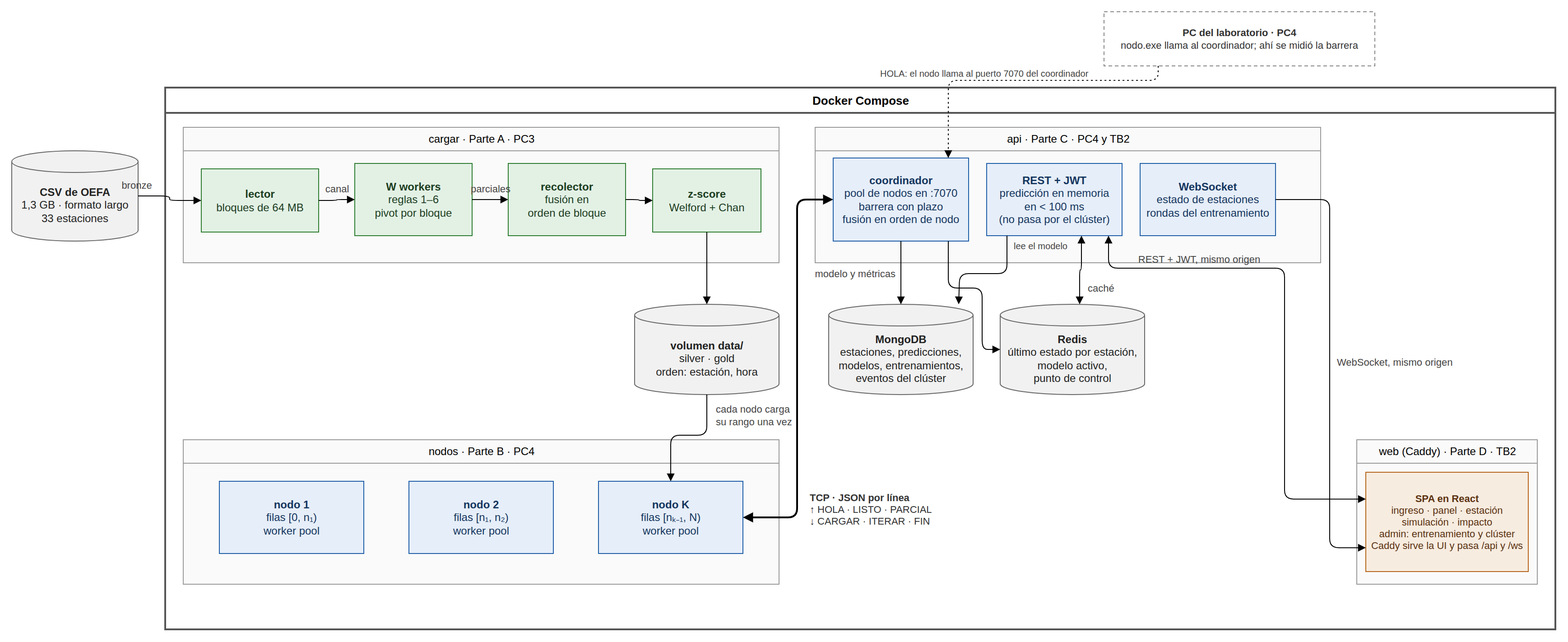
Before: docs/diagramas/arquitectura-tb2.png, a diagram exported from draw.io (R0SEWT/aire-distribuido). Source tidied: cells renumbered, new cells last; positions are measured from the earlier drawing's top-left corner, leaving out a move shared by most shapes. Its diagram source:
```xml
<mxGraphModel>
  <root>
    <mxCell id="0" />
    <mxCell id="1" parent="0" />
    <mxCell id="2" value="&lt;b&gt;CSV de OEFA&lt;/b&gt;&lt;br&gt;1,3 GB · formato largo&lt;br&gt;33 estaciones" style="shape=cylinder3;whiteSpace=wrap;html=1;boundedLbl=1;backgroundOutline=1;size=12;fillColor=#f1f1f1;strokeColor=#666666;fontColor=#222222;fontSize=12;" parent="1" vertex="1">
      <mxGeometry y="154" width="140" height="100" as="geometry" />
    </mxCell>
    <mxCell id="3" value="&lt;b&gt;PC del laboratorio · PC4&lt;/b&gt;&lt;br&gt;nodo.exe llama al coordinador; ahí se midió la barrera" style="rounded=0;whiteSpace=wrap;html=1;dashed=1;dashPattern=4 3;fillColor=#ffffff;strokeColor=#888888;fontColor=#333333;fontSize=11;" parent="1" vertex="1">
      <mxGeometry x="1210" width="300" height="60" as="geometry" />
    </mxCell>
    <mxCell id="4" value="HOLA: el nodo llama al puerto 7070 del coordinador" style="text;html=1;align=left;verticalAlign=middle;fontSize=10;fontColor=#444444;" parent="1" vertex="1">
      <mxGeometry x="960" y="60" width="300" height="16" as="geometry" />
    </mxCell>
    <mxCell id="5" value="bronze" style="text;html=1;align=center;verticalAlign=middle;fontSize=11;fontColor=#444444;" parent="1" vertex="1">
      <mxGeometry x="108" y="184" width="60" height="16" as="geometry" />
    </mxCell>
    <mxCell id="6" value="Docker Compose" style="swimlane;html=1;startSize=28;fontStyle=1;fontSize=13;fillColor=#ffffff;strokeColor=#555555;strokeWidth=2;swimlaneFillColor=#ffffff;" parent="1" vertex="1">
      <mxGeometry x="170" y="84" width="1540" height="600" as="geometry" />
    </mxCell>
    <mxCell id="7" value="cargar · Parte A · PC3" style="swimlane;html=1;startSize=26;fontStyle=0;fontSize=12;fillColor=#fafafa;strokeColor=#9a9a9a;swimlaneFillColor=#fafafa;" parent="6" vertex="1">
      <mxGeometry x="20" y="44" width="660" height="150" as="geometry" />
    </mxCell>
    <mxCell id="8" value="&lt;b&gt;lector&lt;/b&gt;&lt;br&gt;bloques de 64 MB" style="rounded=0;whiteSpace=wrap;html=1;fillColor=#e3f1e5;strokeColor=#2e7d32;fontColor=#1b3d1f;fontSize=12;" parent="7" vertex="1">
      <mxGeometry x="20" y="46" width="130" height="70" as="geometry" />
    </mxCell>
    <mxCell id="9" value="&lt;b&gt;W workers&lt;/b&gt;&lt;br&gt;reglas 1–6&lt;br&gt;pivot por bloque" style="rounded=0;whiteSpace=wrap;html=1;fillColor=#e3f1e5;strokeColor=#2e7d32;fontColor=#1b3d1f;fontSize=12;" parent="7" vertex="1">
      <mxGeometry x="190" y="40" width="130" height="80" as="geometry" />
    </mxCell>
    <mxCell id="10" value="&lt;b&gt;recolector&lt;/b&gt;&lt;br&gt;fusión en&lt;br&gt;orden de bloque" style="rounded=0;whiteSpace=wrap;html=1;fillColor=#e3f1e5;strokeColor=#2e7d32;fontColor=#1b3d1f;fontSize=12;" parent="7" vertex="1">
      <mxGeometry x="360" y="40" width="130" height="80" as="geometry" />
    </mxCell>
    <mxCell id="11" value="&lt;b&gt;z-score&lt;/b&gt;&lt;br&gt;Welford + Chan" style="rounded=0;whiteSpace=wrap;html=1;fillColor=#e3f1e5;strokeColor=#2e7d32;fontColor=#1b3d1f;fontSize=12;" parent="7" vertex="1">
      <mxGeometry x="520" y="46" width="120" height="70" as="geometry" />
    </mxCell>
    <mxCell id="12" value="canal" style="text;html=1;align=center;verticalAlign=middle;fontSize=11;fontColor=#444444;" parent="7" vertex="1">
      <mxGeometry x="145" y="60" width="50" height="16" as="geometry" />
    </mxCell>
    <mxCell id="13" value="parciales" style="text;html=1;align=center;verticalAlign=middle;fontSize=11;fontColor=#444444;" parent="7" vertex="1">
      <mxGeometry x="305" y="60" width="70" height="16" as="geometry" />
    </mxCell>
    <mxCell id="14" style="edgeStyle=orthogonalEdgeStyle;rounded=1;html=1;endArrow=block;exitX=1;exitY=0.5;entryX=0;entryY=0.5;" parent="7" edge="1" source="8" target="9">
      <mxGeometry relative="1" as="geometry" />
    </mxCell>
    <mxCell id="15" style="edgeStyle=orthogonalEdgeStyle;rounded=1;html=1;endArrow=block;exitX=1;exitY=0.5;entryX=0;entryY=0.5;" parent="7" edge="1" source="9" target="10">
      <mxGeometry relative="1" as="geometry" />
    </mxCell>
    <mxCell id="16" style="edgeStyle=orthogonalEdgeStyle;rounded=1;html=1;endArrow=block;exitX=1;exitY=0.5;entryX=0;entryY=0.5;" parent="7" edge="1" source="10" target="11">
      <mxGeometry relative="1" as="geometry" />
    </mxCell>
    <mxCell id="17" value="api · Parte C · PC4 y TB2" style="swimlane;html=1;startSize=26;fontStyle=0;fontSize=12;fillColor=#fafafa;strokeColor=#9a9a9a;swimlaneFillColor=#fafafa;" parent="6" vertex="1">
      <mxGeometry x="720" y="44" width="560" height="150" as="geometry" />
    </mxCell>
    <mxCell id="18" value="&lt;b&gt;coordinador&lt;/b&gt;&lt;br&gt;pool de nodos en :7070&lt;br&gt;barrera con plazo&lt;br&gt;fusión en orden de nodo" style="rounded=0;whiteSpace=wrap;html=1;fillColor=#e6eef9;strokeColor=#1f5fa8;fontColor=#13355e;fontSize=12;" parent="17" vertex="1">
      <mxGeometry x="20" y="34" width="150" height="92" as="geometry" />
    </mxCell>
    <mxCell id="19" value="&lt;b&gt;REST + JWT&lt;/b&gt;&lt;br&gt;predicción en memoria&lt;br&gt;en &lt; 100 ms&lt;br&gt;(no pasa por el clúster)" style="rounded=0;whiteSpace=wrap;html=1;fillColor=#e6eef9;strokeColor=#1f5fa8;fontColor=#13355e;fontSize=12;" parent="17" vertex="1">
      <mxGeometry x="190" y="40" width="150" height="80" as="geometry" />
    </mxCell>
    <mxCell id="20" value="&lt;b&gt;WebSocket&lt;/b&gt;&lt;br&gt;estado de estaciones&lt;br&gt;rondas del entrenamiento" style="rounded=0;whiteSpace=wrap;html=1;fillColor=#e6eef9;strokeColor=#1f5fa8;fontColor=#13355e;fontSize=12;" parent="17" vertex="1">
      <mxGeometry x="360" y="40" width="150" height="80" as="geometry" />
    </mxCell>
    <mxCell id="21" value="&lt;b&gt;volumen data/&lt;/b&gt;&lt;br&gt;silver · gold&lt;br&gt;orden: estación, hora" style="shape=cylinder3;whiteSpace=wrap;html=1;boundedLbl=1;backgroundOutline=1;size=12;fillColor=#f1f1f1;strokeColor=#666666;fontColor=#222222;fontSize=12;" parent="6" vertex="1">
      <mxGeometry x="520" y="240" width="160" height="100" as="geometry" />
    </mxCell>
    <mxCell id="22" value="&lt;b&gt;MongoDB&lt;/b&gt;&lt;br&gt;estaciones, predicciones,&lt;br&gt;modelos, entrenamientos,&lt;br&gt;eventos del clúster" style="shape=cylinder3;whiteSpace=wrap;html=1;boundedLbl=1;backgroundOutline=1;size=12;fillColor=#f1f1f1;strokeColor=#666666;fontColor=#222222;fontSize=12;" parent="6" vertex="1">
      <mxGeometry x="735" y="240" width="160" height="100" as="geometry" />
    </mxCell>
    <mxCell id="23" value="&lt;b&gt;Redis&lt;/b&gt;&lt;br&gt;último estado por estación,&lt;br&gt;modelo activo,&lt;br&gt;punto de control" style="shape=cylinder3;whiteSpace=wrap;html=1;boundedLbl=1;backgroundOutline=1;size=12;fillColor=#f1f1f1;strokeColor=#666666;fontColor=#222222;fontSize=12;" parent="6" vertex="1">
      <mxGeometry x="925" y="240" width="160" height="100" as="geometry" />
    </mxCell>
    <mxCell id="24" value="nodos · Parte B · PC4" style="swimlane;html=1;startSize=26;fontStyle=0;fontSize=12;fillColor=#fafafa;strokeColor=#9a9a9a;swimlaneFillColor=#fafafa;" parent="6" vertex="1">
      <mxGeometry x="20" y="390" width="660" height="160" as="geometry" />
    </mxCell>
    <mxCell id="25" value="&lt;b&gt;nodo 1&lt;/b&gt;&lt;br&gt;filas [0, n₁)&lt;br&gt;worker pool" style="rounded=0;whiteSpace=wrap;html=1;fillColor=#e6eef9;strokeColor=#1f5fa8;fontColor=#13355e;fontSize=12;" parent="24" vertex="1">
      <mxGeometry x="40" y="46" width="160" height="80" as="geometry" />
    </mxCell>
    <mxCell id="26" value="&lt;b&gt;nodo 2&lt;/b&gt;&lt;br&gt;filas [n₁, n₂)&lt;br&gt;worker pool" style="rounded=0;whiteSpace=wrap;html=1;fillColor=#e6eef9;strokeColor=#1f5fa8;fontColor=#13355e;fontSize=12;" parent="24" vertex="1">
      <mxGeometry x="250" y="46" width="160" height="80" as="geometry" />
    </mxCell>
    <mxCell id="27" value="&lt;b&gt;nodo K&lt;/b&gt;&lt;br&gt;filas [nₖ₋₁, N)&lt;br&gt;worker pool" style="rounded=0;whiteSpace=wrap;html=1;fillColor=#e6eef9;strokeColor=#1f5fa8;fontColor=#13355e;fontSize=12;" parent="24" vertex="1">
      <mxGeometry x="460" y="46" width="160" height="80" as="geometry" />
    </mxCell>
    <mxCell id="28" value="web (Caddy) · Parte D · TB2" style="swimlane;html=1;startSize=26;fontStyle=0;fontSize=12;fillColor=#fafafa;strokeColor=#9a9a9a;swimlaneFillColor=#fafafa;" parent="6" vertex="1">
      <mxGeometry x="1320" y="390" width="200" height="160" as="geometry" />
    </mxCell>
    <mxCell id="29" value="&lt;b&gt;SPA en React&lt;/b&gt;&lt;br&gt;ingreso · panel · estación&lt;br&gt;simulación · impacto&lt;br&gt;admin: entrenamiento y clúster&lt;br&gt;Caddy sirve la UI y pasa /api y /ws" style="rounded=0;whiteSpace=wrap;html=1;fillColor=#f7ece0;strokeColor=#b5651d;fontColor=#5b3210;fontSize=11;" parent="28" vertex="1">
      <mxGeometry x="10" y="36" width="180" height="110" as="geometry" />
    </mxCell>
    <mxCell id="30" value="&lt;b&gt;TCP · JSON por línea&lt;/b&gt;&lt;br&gt;↑ HOLA · LISTO · PARCIAL&lt;br&gt;↓ CARGAR · ITERAR · FIN" style="text;html=1;align=left;verticalAlign=middle;fontSize=11;fontColor=#333333;" parent="6" vertex="1">
      <mxGeometry x="712" y="440" width="170" height="54" as="geometry" />
    </mxCell>
    <mxCell id="31" value="cada nodo carga&lt;br&gt;su rango una vez" style="text;html=1;align=left;verticalAlign=middle;fontSize=11;fontColor=#444444;" parent="6" vertex="1">
      <mxGeometry x="608" y="346" width="120" height="34" as="geometry" />
    </mxCell>
    <mxCell id="32" value="modelo y métricas" style="text;html=1;align=right;verticalAlign=middle;fontSize=11;fontColor=#444444;" parent="6" vertex="1">
      <mxGeometry x="704" y="198" width="106" height="16" as="geometry" />
    </mxCell>
    <mxCell id="33" value="lee el modelo" style="text;html=1;align=left;verticalAlign=middle;fontSize=10;fontColor=#444444;" parent="6" vertex="1">
      <mxGeometry x="938" y="168" width="74" height="14" as="geometry" />
    </mxCell>
    <mxCell id="34" value="caché" style="text;html=1;align=left;verticalAlign=middle;fontSize=11;fontColor=#444444;" parent="6" vertex="1">
      <mxGeometry x="1020" y="214" width="50" height="16" as="geometry" />
    </mxCell>
    <mxCell id="35" value="REST + JWT, mismo origen" style="text;html=1;align=center;verticalAlign=middle;fontSize=11;fontColor=#444444;" parent="6" vertex="1">
      <mxGeometry x="1100" y="182" width="90" height="16" as="geometry" />
    </mxCell>
    <mxCell id="36" value="WebSocket, mismo origen" style="text;html=1;align=left;verticalAlign=middle;fontSize=11;fontColor=#444444;" parent="6" vertex="1">
      <mxGeometry x="1296" y="296" width="130" height="16" as="geometry" />
    </mxCell>
    <mxCell id="37" style="edgeStyle=orthogonalEdgeStyle;rounded=1;html=1;endArrow=block;exitX=1;exitY=0.5;entryX=0;entryY=0.5;" parent="1" edge="1" source="2" target="8">
      <mxGeometry relative="1" as="geometry" />
    </mxCell>
    <mxCell id="38" style="edgeStyle=orthogonalEdgeStyle;rounded=1;html=1;endArrow=block;dashed=1;dashPattern=2 3;exitX=0.2;exitY=1;entryX=0.85;entryY=0;" parent="1" edge="1" source="3" target="18">
      <mxGeometry relative="1" as="geometry">
        <Array as="points">
          <mxPoint x="1270" y="76" />
          <mxPoint x="1037" y="76" />
        </Array>
      </mxGeometry>
    </mxCell>
    <mxCell id="39" style="edgeStyle=orthogonalEdgeStyle;rounded=1;html=1;endArrow=block;exitX=0.5;exitY=1;entryX=0.5;entryY=0;" parent="6" edge="1" source="11" target="21">
      <mxGeometry relative="1" as="geometry" />
    </mxCell>
    <mxCell id="40" style="edgeStyle=orthogonalEdgeStyle;rounded=1;html=1;endArrow=block;exitX=0.5;exitY=1;entryX=0.5;entryY=0;" parent="6" edge="1" source="21" target="27">
      <mxGeometry relative="1" as="geometry">
        <Array as="points">
          <mxPoint x="600" y="385" />
          <mxPoint x="560" y="385" />
        </Array>
      </mxGeometry>
    </mxCell>
    <mxCell id="41" style="edgeStyle=orthogonalEdgeStyle;rounded=1;html=1;endArrow=block;startArrow=block;strokeWidth=2;exitX=1;exitY=0.5;entryX=0;entryY=0.5;" parent="6" edge="1" source="27" target="18">
      <mxGeometry relative="1" as="geometry">
        <Array as="points">
          <mxPoint x="700" y="476" />
          <mxPoint x="700" y="124" />
        </Array>
      </mxGeometry>
    </mxCell>
    <mxCell id="42" style="edgeStyle=orthogonalEdgeStyle;rounded=1;html=1;endArrow=block;exitX=0.5;exitY=1;entryX=0.5;entryY=0;" parent="6" edge="1" source="18" target="22">
      <mxGeometry relative="1" as="geometry" />
    </mxCell>
    <mxCell id="43" style="edgeStyle=orthogonalEdgeStyle;rounded=1;html=1;endArrow=block;exitX=0.85;exitY=1;entryX=0;entryY=0.5;" parent="6" edge="1" source="18" target="23">
      <mxGeometry relative="1" as="geometry">
        <Array as="points">
          <mxPoint x="867" y="222" />
          <mxPoint x="905" y="222" />
          <mxPoint x="905" y="290" />
        </Array>
      </mxGeometry>
    </mxCell>
    <mxCell id="44" style="edgeStyle=orthogonalEdgeStyle;rounded=1;html=1;endArrow=block;exitX=0.15;exitY=1;entryX=0.9;entryY=0;" parent="6" edge="1" source="19" target="22">
      <mxGeometry relative="1" as="geometry">
        <Array as="points">
          <mxPoint x="932" y="206" />
          <mxPoint x="880" y="206" />
        </Array>
      </mxGeometry>
    </mxCell>
    <mxCell id="45" style="edgeStyle=orthogonalEdgeStyle;rounded=1;html=1;endArrow=block;startArrow=block;exitX=0.7;exitY=1;entryX=0.55;entryY=0;" parent="6" edge="1" source="19" target="23">
      <mxGeometry relative="1" as="geometry" />
    </mxCell>
    <mxCell id="46" style="edgeStyle=orthogonalEdgeStyle;rounded=1;html=1;endArrow=block;startArrow=block;exitX=0.9;exitY=1;entryX=0;entryY=0.27;" parent="6" edge="1" source="19" target="29">
      <mxGeometry relative="1" as="geometry">
        <Array as="points">
          <mxPoint x="1045" y="200" />
          <mxPoint x="1240" y="200" />
          <mxPoint x="1240" y="456" />
        </Array>
      </mxGeometry>
    </mxCell>
    <mxCell id="47" style="edgeStyle=orthogonalEdgeStyle;rounded=1;html=1;endArrow=block;exitX=1;exitY=0.5;entryX=0;entryY=0.76;" parent="6" edge="1" source="20" target="29">
      <mxGeometry relative="1" as="geometry">
        <Array as="points">
          <mxPoint x="1290" y="124" />
          <mxPoint x="1290" y="510" />
        </Array>
      </mxGeometry>
    </mxCell>
  </root>
</mxGraphModel>
```
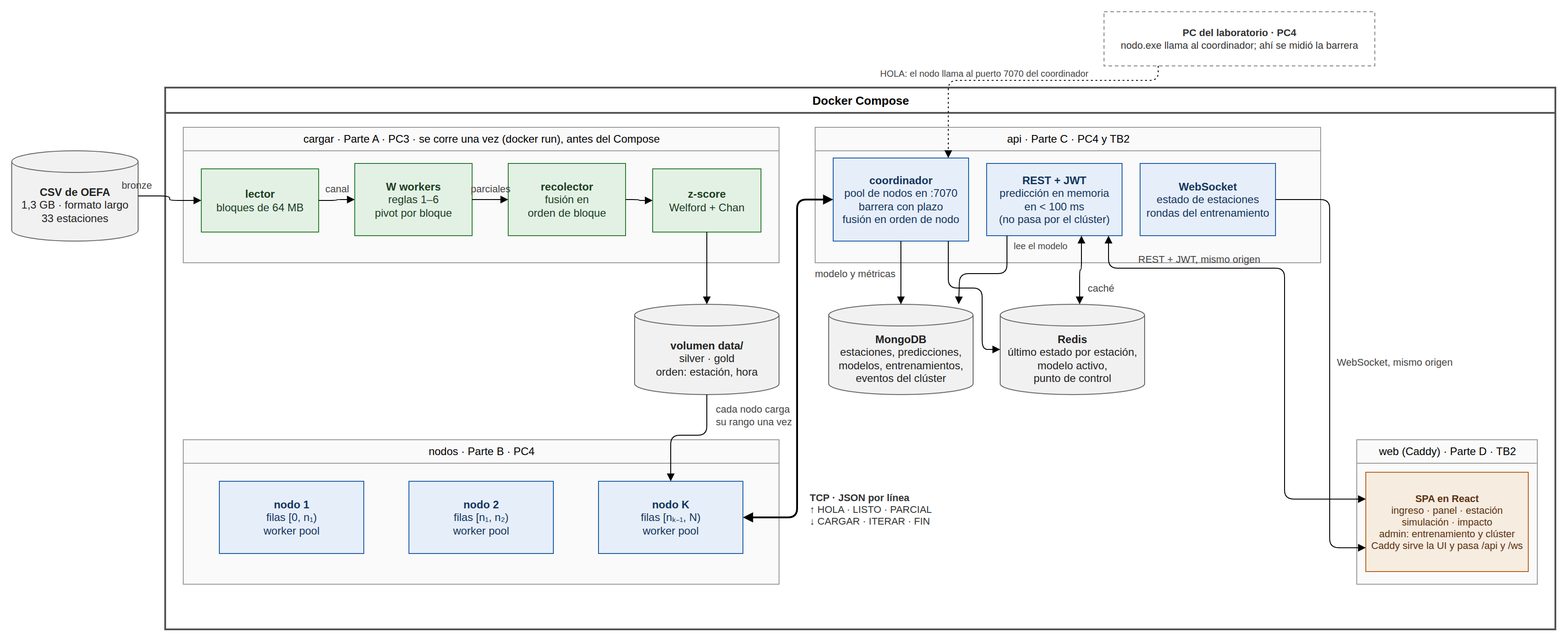
After the change.

What changed in the source:
```diff
@@ -17,7 +17,7 @@
     <mxCell id="6" value="Docker Compose" style="swimlane;html=1;startSize=28;fontStyle=1;fontSize=13;fillColor=#ffffff;strokeColor=#555555;strokeWidth=2;swimlaneFillColor=#ffffff;" parent="1" vertex="1">
       <mxGeometry x="170" y="84" width="1540" height="600" as="geometry" />
     </mxCell>
-    <mxCell id="7" value="cargar · Parte A · PC3" style="swimlane;html=1;startSize=26;fontStyle=0;fontSize=12;fillColor=#fafafa;strokeColor=#9a9a9a;swimlaneFillColor=#fafafa;" parent="6" vertex="1">
+    <mxCell id="7" value="cargar · Parte A · PC3 · se corre una vez (docker run), antes del Compose" style="swimlane;html=1;startSize=26;fontStyle=0;fontSize=12;fillColor=#fafafa;strokeColor=#9a9a9a;swimlaneFillColor=#fafafa;" parent="6" vertex="1">
       <mxGeometry x="20" y="44" width="660" height="150" as="geometry" />
     </mxCell>
     <mxCell id="8" value="&lt;b&gt;lector&lt;/b&gt;&lt;br&gt;bloques de 64 MB" style="rounded=0;whiteSpace=wrap;html=1;fillColor=#e3f1e5;strokeColor=#2e7d32;fontColor=#1b3d1f;fontSize=12;" parent="7" vertex="1">
```
